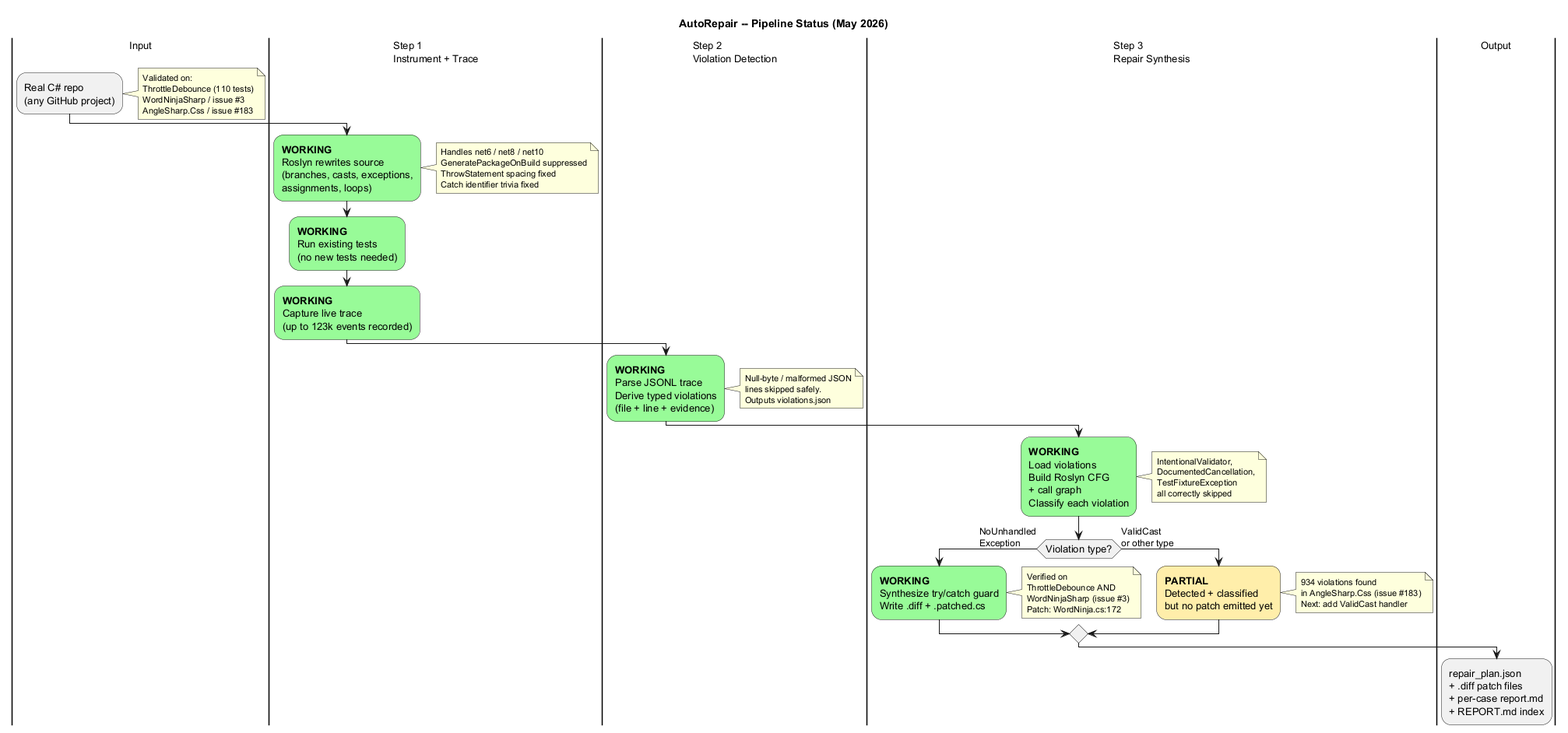
The PlantUML diagram AutoRepair/pipeline_status.png in Sharper-Research/Sharper, before a commit.
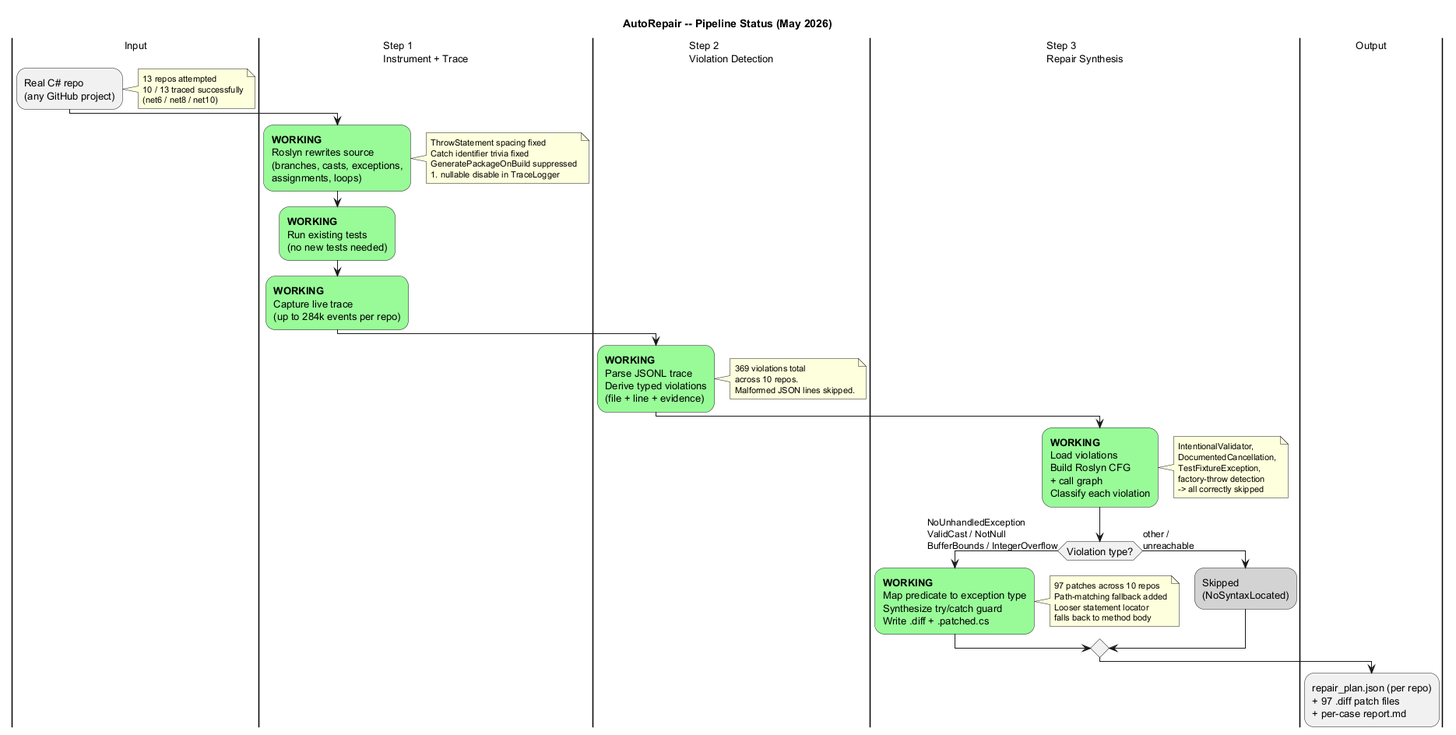
Later version of the same file.

Commit message:
docs: update pipeline diagram - all predicates patchable, 10/13 repos, 97 patches

- Step 3 branch now WORKING for all supported predicates (ValidCast, NotNull,
  BufferBounds, IntegerOverflow mapped to runtime exception types)
- Input note: 13 repos attempted, 10/13 successful
- Step 2 note: 369 total violations
- Step 3 notes: 97 patches, path-matching fallback, looser statement locator,
  factory-throw detection
- Removed PARTIAL / yellow ValidCast branch (now fully green)

What changed in the source:
```diff
@@ -11,30 +11,29 @@
 
 |Input|
     :Real C# repo\n(any GitHub project);
-    note right: Validated on:\nThrottleDebounce (110 tests)\nWordNinjaSharp / issue #3\nAngleSharp.Css / issue #183
+    note right: 13 repos attempted\n10 / 13 traced successfully\n(net6 / net8 / net10)
 
 |Step 1\nInstrument + Trace|
     #palegreen :**WORKING**\nRoslyn rewrites source\n(branches, casts, exceptions,\nassignments, loops);
-    note right: Handles net6 / net8 / net10\nGeneratePackageOnBuild suppressed\nThrowStatement spacing fixed\nCatch identifier trivia fixed
+    note right: ThrowStatement spacing fixed\nCatch identifier trivia fixed\nGeneratePackageOnBuild suppressed\n#nullable disable in TraceLogger
     #palegreen :**WORKING**\nRun existing tests\n(no new tests needed);
-    #palegreen :**WORKING**\nCapture live trace\n(up to 123k events recorded);
+    #palegreen :**WORKING**\nCapture live trace\n(up to 284k events per repo);
 
 |Step 2\nViolation Detection|
     #palegreen :**WORKING**\nParse JSONL trace\nDerive typed violations\n(file + line + evidence);
-    note right: Null-byte / malformed JSON\nlines skipped safely.\nOutputs violations.json
+    note right: 369 violations total\nacross 10 repos.\nMalformed JSON lines skipped.
 
 |Step 3\nRepair Synthesis|
     #palegreen :**WORKING**\nLoad violations\nBuild Roslyn CFG\n+ call graph\nClassify each violation;
-    note right: IntentionalValidator,\nDocumentedCancellation,\nTestFixtureException\nall correctly skipped
-    if (Violation type?) then (NoUnhandled\nException)
-        #palegreen :**WORKING**\nSynthesize try/catch guard\nWrite .diff + .patched.cs;
-        note right: Verified on\nThrottleDebounce AND\nWordNinjaSharp (issue #3)\nPatch: WordNinja.cs:172
-    else (ValidCast\nor other type)
-        #ffeeaa :**PARTIAL**\nDetected + classified\nbut no patch emitted yet;
-        note right: 934 violations found\nin AngleSharp.Css (issue #183)\nNext: add ValidCast handler
+    note right: IntentionalValidator,\nDocumentedCancellation,\nTestFixtureException,\nfactory-throw detection\n-> all correctly skipped
+    if (Violation type?) then (NoUnhandledException\nValidCast / NotNull\nBufferBounds / IntegerOverflow)
+        #palegreen :**WORKING**\nMap predicate to exception type\nSynthesize try/catch guard\nWrite .diff + .patched.cs;
+        note right: 97 patches across 10 repos\nPath-matching fallback added\nLooser statement locator\nfalls back to method body
+    else (other /\nunreachable)
+        #lightgray :Skipped\n(NoSyntaxLocated);
     endif
 
 |Output|
-    :repair_plan.json\n+ .diff patch files\n+ per-case report.md\n+ REPORT.md index;
+    :repair_plan.json (per repo)\n+ 97 .diff patch files\n+ per-case report.md;
 
 @enduml
```
